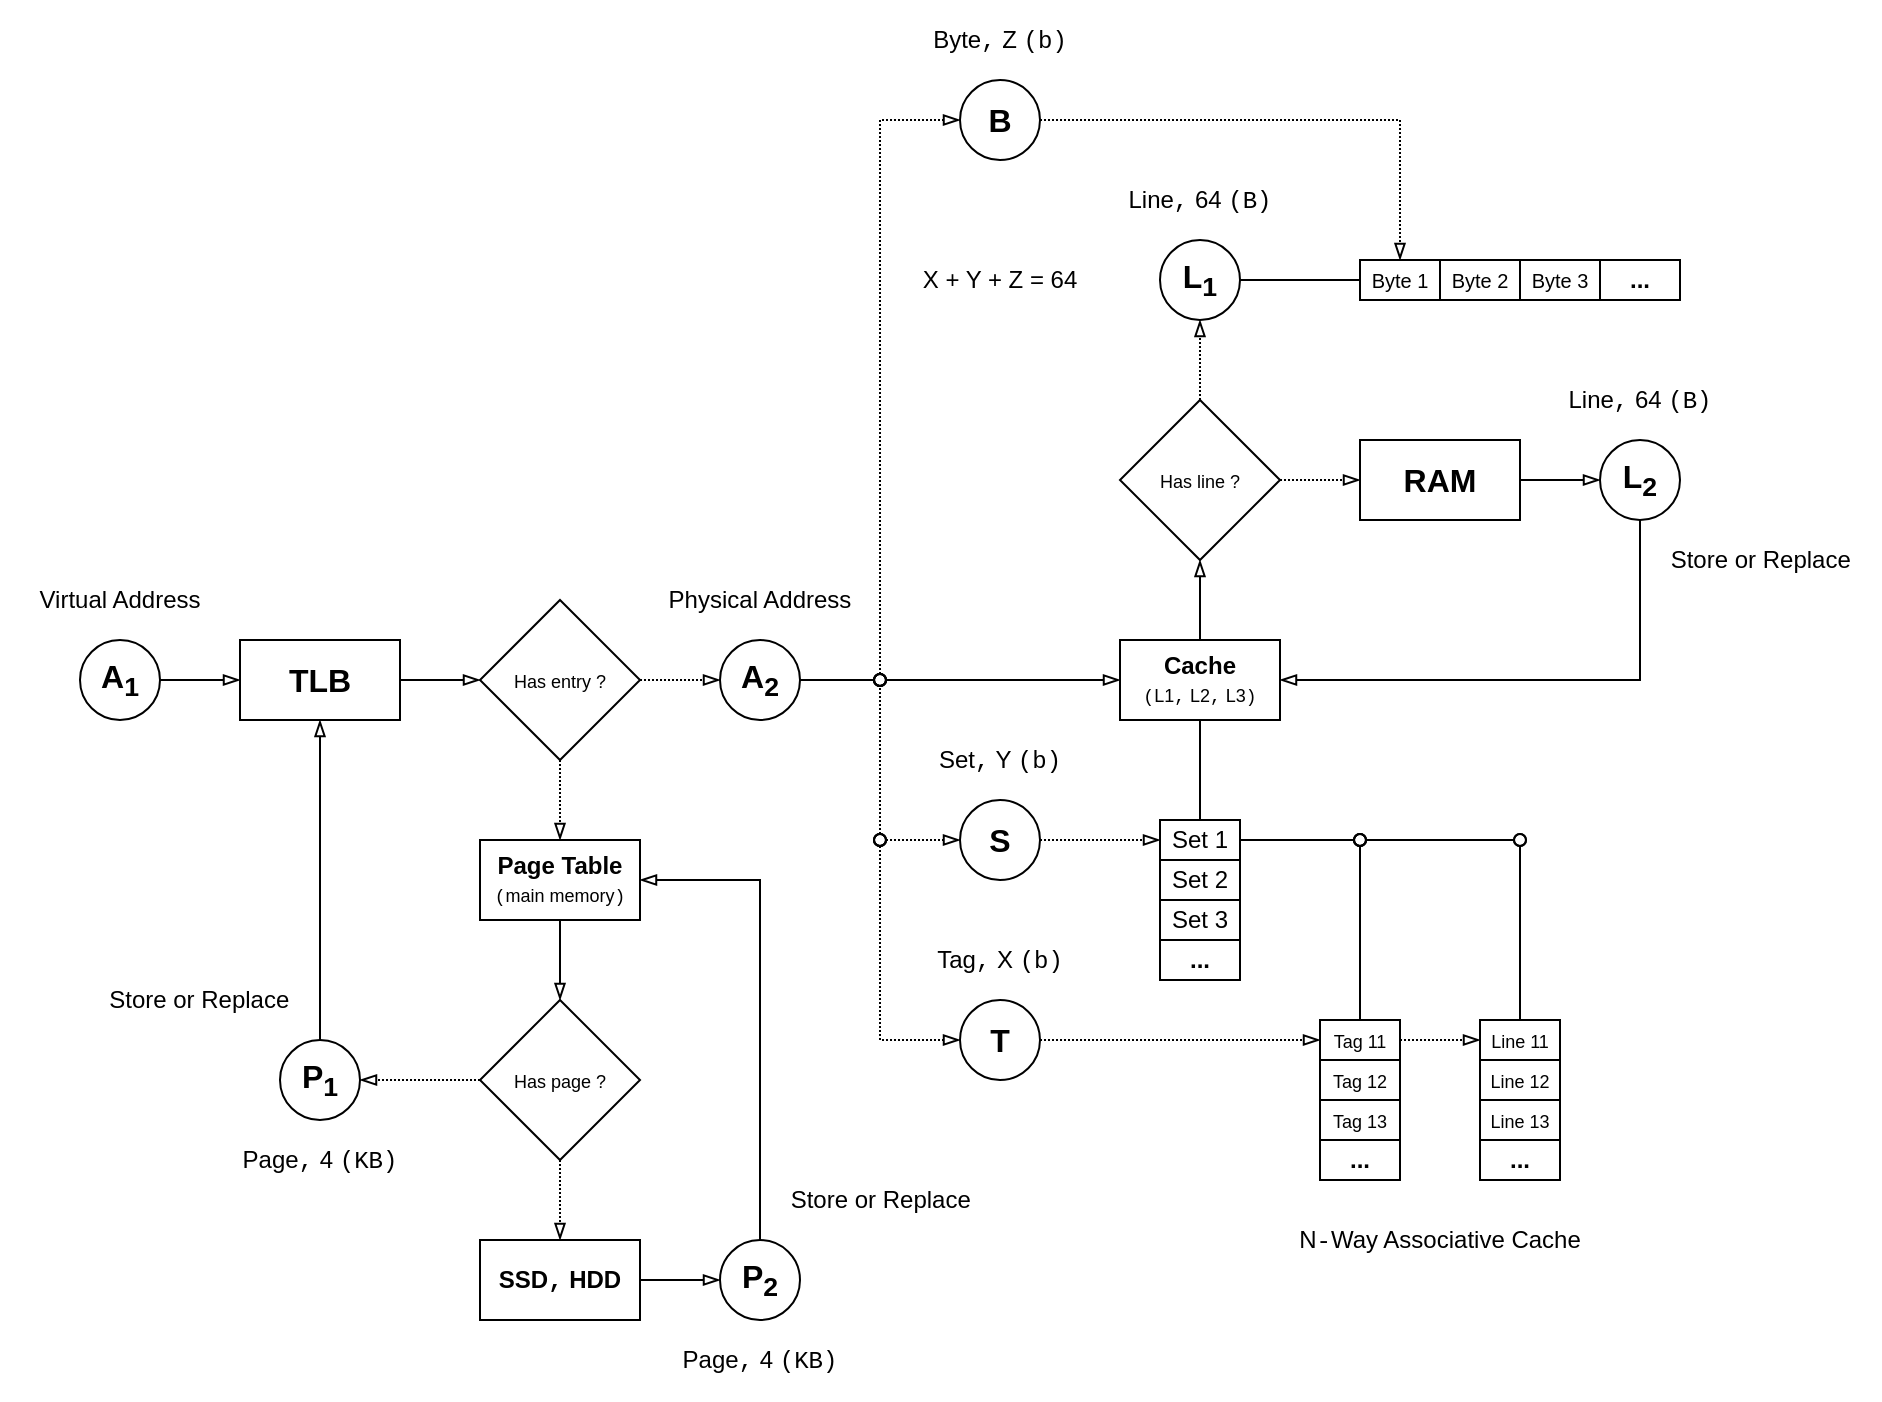
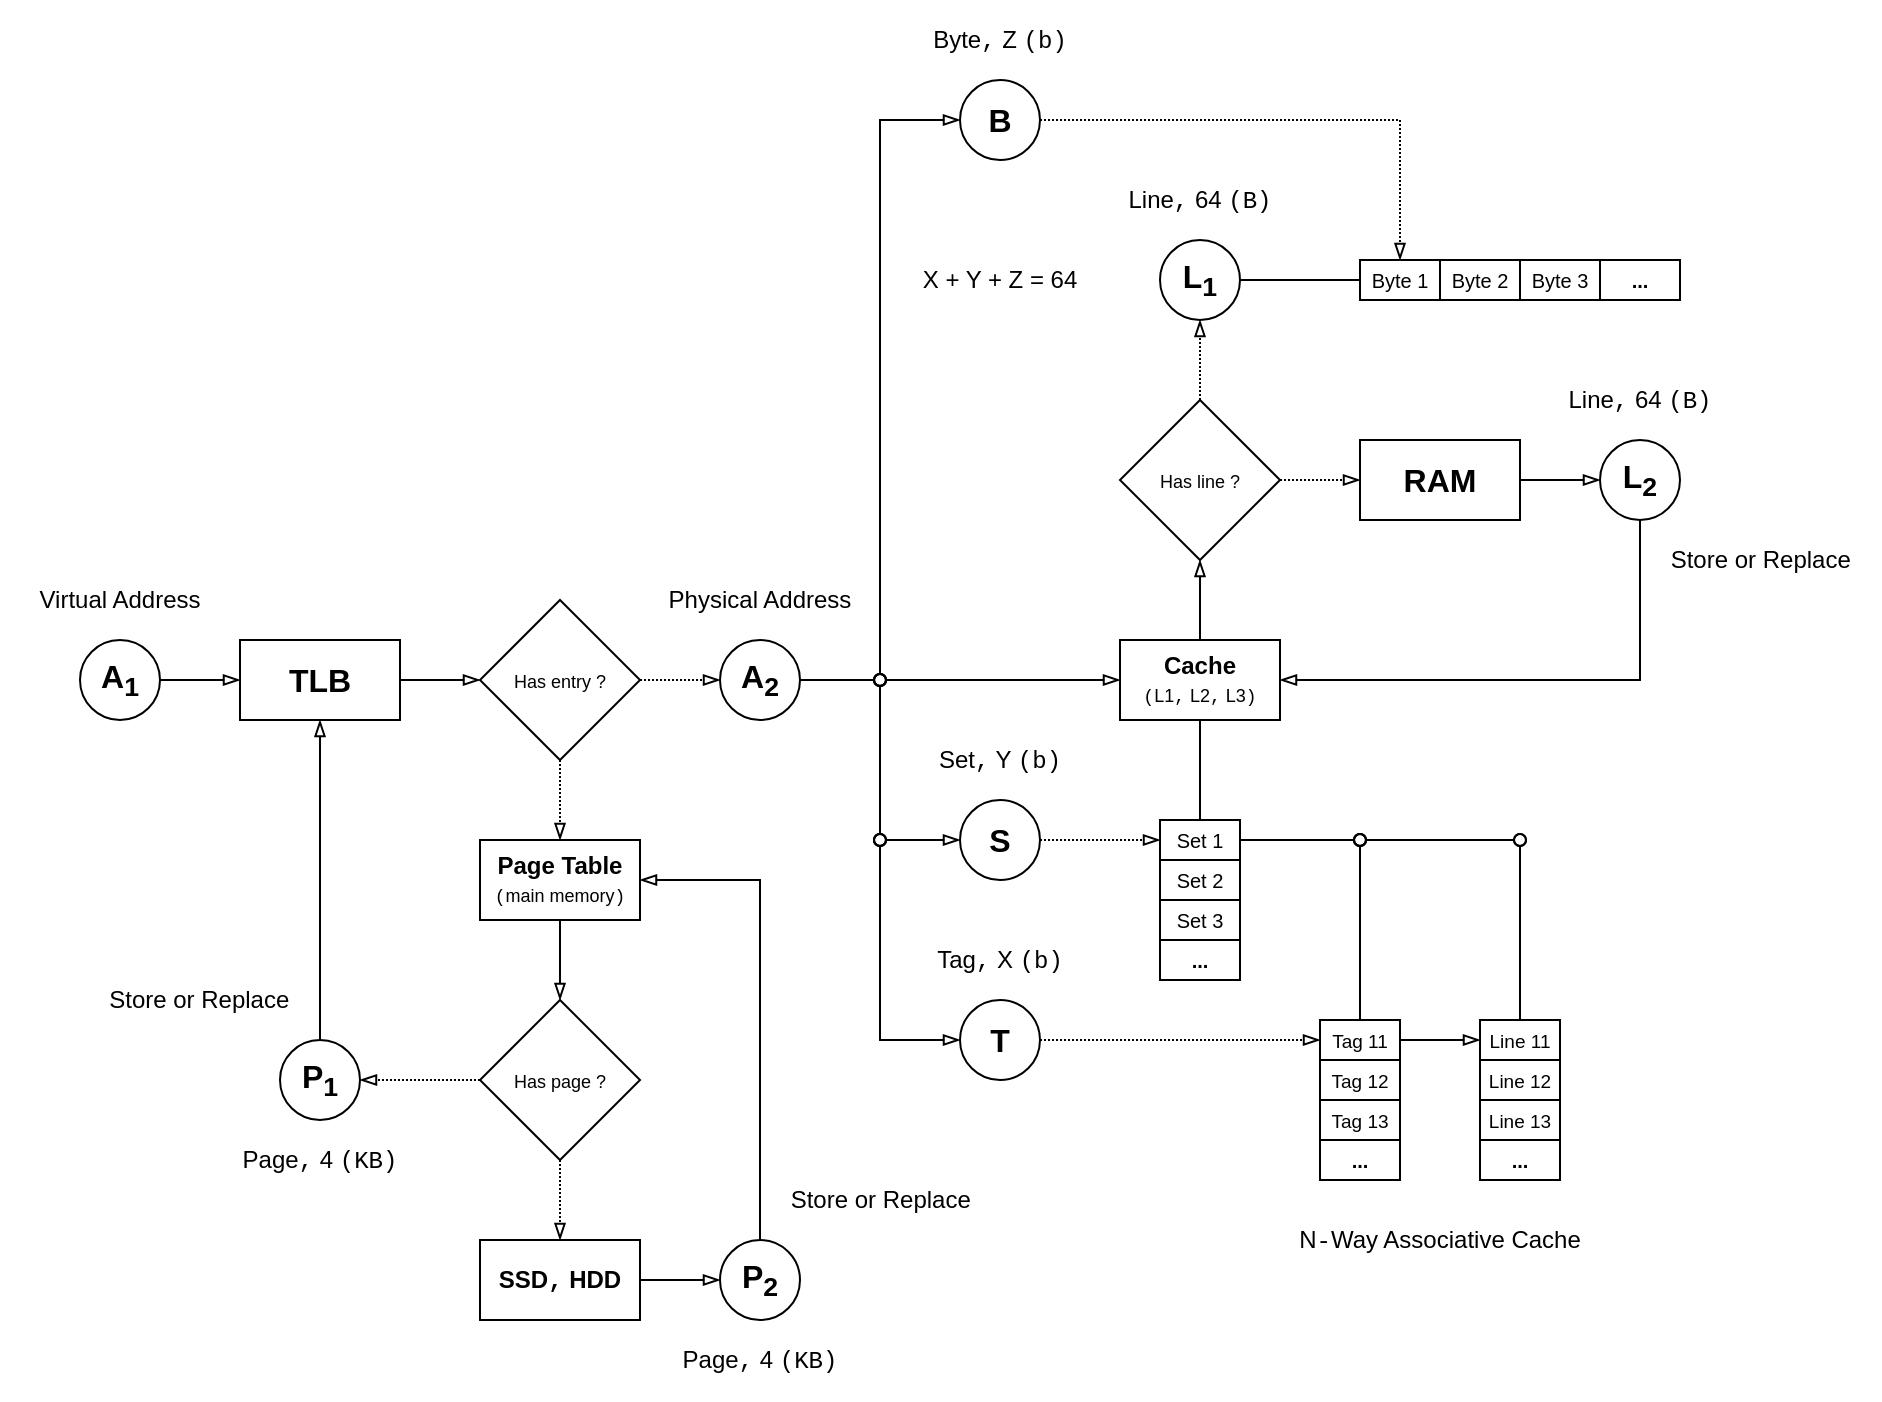
<mxfile host="app.diagrams.net">
  <diagram name="Страница-1" id="B8Qhj6q3f7hZo6BjJ_Te">
-     <mxGraphModel dx="599" dy="806" grid="0" gridSize="10" guides="1" tooltips="1" connect="1" arrows="1" fold="1" page="0" pageScale="1" pageWidth="827" pageHeight="1169" math="0" shadow="0">
+     <mxGraphModel dx="930" dy="947" grid="0" gridSize="10" guides="1" tooltips="1" connect="1" arrows="1" fold="1" page="0" pageScale="1" pageWidth="827" pageHeight="1169" math="0" shadow="0">
      <root>
        <mxCell id="0" />
        <mxCell id="1" parent="0" />
        <mxCell id="63jvutIi8qFR1BYZ5-BJ-1" parent="1" style="ellipse;whiteSpace=wrap;html=1;aspect=fixed;" value="&lt;font style=&quot;font-size: 16px;&quot;&gt;&lt;b&gt;A&lt;sub&gt;1&lt;/sub&gt;&lt;/b&gt;&lt;/font&gt;" vertex="1">
          <mxGeometry height="40" width="40" x="160" y="240" as="geometry" />
        </mxCell>
        <mxCell id="63jvutIi8qFR1BYZ5-BJ-2" parent="1" style="text;html=1;whiteSpace=wrap;strokeColor=none;fillColor=none;align=center;verticalAlign=middle;rounded=0;" value="Virtual Address" vertex="1">
          <mxGeometry height="40" width="120" x="120" y="200" as="geometry" />
        </mxCell>
        <mxCell id="63jvutIi8qFR1BYZ5-BJ-3" parent="1" style="rounded=0;whiteSpace=wrap;html=1;" value="&lt;font style=&quot;font-size: 16px;&quot;&gt;&lt;b&gt;TLB&lt;/b&gt;&lt;/font&gt;" vertex="1">
          <mxGeometry height="40" width="80" x="240" y="240" as="geometry" />
        </mxCell>
        <mxCell id="63jvutIi8qFR1BYZ5-BJ-4" edge="1" parent="1" style="endArrow=blockThin;html=1;rounded=0;endFill=0;entryX=0;entryY=0.5;entryDx=0;entryDy=0;" target="63jvutIi8qFR1BYZ5-BJ-3" value="">
          <mxGeometry height="50" relative="1" width="50" as="geometry">
            <mxPoint x="200" y="260" as="sourcePoint" />
            <mxPoint x="420" y="230" as="targetPoint" />
          </mxGeometry>
        </mxCell>
        <mxCell id="63jvutIi8qFR1BYZ5-BJ-5" parent="1" style="ellipse;whiteSpace=wrap;html=1;aspect=fixed;" value="&lt;font style=&quot;font-size: 16px;&quot;&gt;&lt;b&gt;A&lt;sub&gt;2&lt;/sub&gt;&lt;/b&gt;&lt;/font&gt;" vertex="1">
          <mxGeometry height="40" width="40" x="480" y="240" as="geometry" />
        </mxCell>
        <mxCell id="63jvutIi8qFR1BYZ5-BJ-6" parent="1" style="text;html=1;whiteSpace=wrap;strokeColor=none;fillColor=none;align=center;verticalAlign=middle;rounded=0;" value="Physical Address" vertex="1">
          <mxGeometry height="40" width="120" x="440" y="200" as="geometry" />
        </mxCell>
        <mxCell id="63jvutIi8qFR1BYZ5-BJ-9" parent="1" style="rhombus;whiteSpace=wrap;html=1;" value="&lt;font style=&quot;font-size: 9px;&quot;&gt;Has entry ?&lt;/font&gt;" vertex="1">
          <mxGeometry height="80" width="80" x="360" y="220" as="geometry" />
        </mxCell>
        <mxCell id="63jvutIi8qFR1BYZ5-BJ-10" edge="1" parent="1" source="63jvutIi8qFR1BYZ5-BJ-3" style="endArrow=blockThin;html=1;rounded=0;endFill=0;exitX=1;exitY=0.5;exitDx=0;exitDy=0;entryX=0;entryY=0.5;entryDx=0;entryDy=0;" target="63jvutIi8qFR1BYZ5-BJ-9" value="">
          <mxGeometry height="50" relative="1" width="50" as="geometry">
            <mxPoint x="280" y="310" as="sourcePoint" />
            <mxPoint x="320" y="310" as="targetPoint" />
          </mxGeometry>
        </mxCell>
        <mxCell id="63jvutIi8qFR1BYZ5-BJ-11" edge="1" parent="1" source="63jvutIi8qFR1BYZ5-BJ-9" style="endArrow=blockThin;html=1;rounded=0;endFill=0;exitX=1;exitY=0.5;exitDx=0;exitDy=0;dashed=1;dashPattern=1 1;entryX=0;entryY=0.5;entryDx=0;entryDy=0;" target="63jvutIi8qFR1BYZ5-BJ-5" value="">
          <mxGeometry height="50" relative="1" width="50" as="geometry">
            <mxPoint x="380" y="350" as="sourcePoint" />
            <mxPoint x="560" y="260" as="targetPoint" />
          </mxGeometry>
        </mxCell>
        <mxCell id="63jvutIi8qFR1BYZ5-BJ-13" edge="1" parent="1" source="63jvutIi8qFR1BYZ5-BJ-9" style="endArrow=blockThin;html=1;rounded=0;endFill=0;exitX=0.5;exitY=1;exitDx=0;exitDy=0;entryX=0.5;entryY=0;entryDx=0;entryDy=0;dashed=1;dashPattern=1 1;" value="">
          <mxGeometry height="50" relative="1" width="50" as="geometry">
            <mxPoint x="500" y="350" as="sourcePoint" />
            <mxPoint x="400" y="340" as="targetPoint" />
          </mxGeometry>
        </mxCell>
        <mxCell id="63jvutIi8qFR1BYZ5-BJ-16" parent="1" style="rounded=0;whiteSpace=wrap;html=1;" value="&lt;font&gt;&lt;b style=&quot;&quot;&gt;Page Table&lt;/b&gt;&lt;/font&gt;&lt;div&gt;&lt;font style=&quot;font-size: 9px;&quot;&gt;&lt;font face=&quot;Courier New&quot;&gt;(&lt;/font&gt;main memory&lt;font face=&quot;Courier New&quot;&gt;)&lt;/font&gt;&lt;/font&gt;&lt;/div&gt;" vertex="1">
          <mxGeometry height="40" width="80" x="360" y="340" as="geometry" />
        </mxCell>
        <mxCell id="63jvutIi8qFR1BYZ5-BJ-18" parent="1" style="rhombus;whiteSpace=wrap;html=1;" value="&lt;font style=&quot;font-size: 9px;&quot;&gt;Has page ?&lt;/font&gt;" vertex="1">
          <mxGeometry height="80" width="80" x="360" y="420" as="geometry" />
        </mxCell>
        <mxCell id="63jvutIi8qFR1BYZ5-BJ-19" edge="1" parent="1" source="63jvutIi8qFR1BYZ5-BJ-16" style="endArrow=blockThin;html=1;rounded=0;endFill=0;exitX=0.5;exitY=1;exitDx=0;exitDy=0;entryX=0.5;entryY=0;entryDx=0;entryDy=0;" target="63jvutIi8qFR1BYZ5-BJ-18" value="">
          <mxGeometry height="50" relative="1" width="50" as="geometry">
            <mxPoint x="540" y="440" as="sourcePoint" />
            <mxPoint x="580" y="440" as="targetPoint" />
          </mxGeometry>
        </mxCell>
        <mxCell id="63jvutIi8qFR1BYZ5-BJ-22" parent="1" style="rounded=0;whiteSpace=wrap;html=1;" value="&lt;b&gt;SSD&lt;font face=&quot;Courier New&quot;&gt;,&lt;/font&gt; HDD&lt;/b&gt;" vertex="1">
          <mxGeometry height="40" width="80" x="360" y="540" as="geometry" />
        </mxCell>
        <mxCell id="63jvutIi8qFR1BYZ5-BJ-23" edge="1" parent="1" source="63jvutIi8qFR1BYZ5-BJ-18" style="endArrow=blockThin;html=1;rounded=0;endFill=0;exitX=0.5;exitY=1;exitDx=0;exitDy=0;entryX=0.5;entryY=0;entryDx=0;entryDy=0;dashed=1;dashPattern=1 1;" target="63jvutIi8qFR1BYZ5-BJ-22" value="">
          <mxGeometry height="50" relative="1" width="50" as="geometry">
            <mxPoint x="500" y="400" as="sourcePoint" />
            <mxPoint x="540" y="400" as="targetPoint" />
          </mxGeometry>
        </mxCell>
        <mxCell id="63jvutIi8qFR1BYZ5-BJ-28" parent="1" style="text;html=1;whiteSpace=wrap;strokeColor=none;fillColor=none;align=left;verticalAlign=middle;rounded=0;" value="&amp;nbsp; &amp;nbsp; Store or Replace" vertex="1">
          <mxGeometry height="40" width="120" x="500" y="500" as="geometry" />
        </mxCell>
        <mxCell id="63jvutIi8qFR1BYZ5-BJ-32" parent="1" style="rounded=0;whiteSpace=wrap;html=1;" value="&lt;font&gt;&lt;b style=&quot;&quot;&gt;Cache&lt;/b&gt;&lt;/font&gt;&lt;div&gt;&lt;font style=&quot;font-size: 9px;&quot;&gt;&lt;font face=&quot;Courier New&quot;&gt;(&lt;/font&gt;L1&lt;font face=&quot;Courier New&quot;&gt;,&lt;/font&gt; L2&lt;font face=&quot;Courier New&quot;&gt;,&lt;/font&gt; L3&lt;font face=&quot;Courier New&quot;&gt;)&lt;/font&gt;&lt;/font&gt;&lt;/div&gt;" vertex="1">
          <mxGeometry height="40" width="80" x="680" y="240" as="geometry" />
        </mxCell>
        <mxCell id="63jvutIi8qFR1BYZ5-BJ-35" parent="1" style="rounded=0;whiteSpace=wrap;html=1;" value="&lt;font style=&quot;font-size: 16px;&quot;&gt;&lt;b style=&quot;&quot;&gt;RAM&lt;/b&gt;&lt;/font&gt;" vertex="1">
          <mxGeometry height="40" width="80" x="800" y="140" as="geometry" />
        </mxCell>
-         <mxCell id="63jvutIi8qFR1BYZ5-BJ-53" parent="1" style="rounded=0;whiteSpace=wrap;html=1;fontSize=12;fontStyle=0" value="&lt;span&gt;&lt;font&gt;Set 1&lt;/font&gt;&lt;/span&gt;" vertex="1">
+         <mxCell id="63jvutIi8qFR1BYZ5-BJ-53" parent="1" style="rounded=0;whiteSpace=wrap;html=1;fontSize=12;fontStyle=0" value="&lt;span&gt;&lt;font style=&quot;font-size: 10px;&quot;&gt;Set 1&lt;/font&gt;&lt;/span&gt;" vertex="1">
          <mxGeometry height="20" width="40" x="700" y="330" as="geometry" />
        </mxCell>
        <mxCell id="63jvutIi8qFR1BYZ5-BJ-63" parent="1" style="rhombus;whiteSpace=wrap;html=1;" value="&lt;font style=&quot;font-size: 9px;&quot;&gt;Has line ?&lt;/font&gt;" vertex="1">
          <mxGeometry height="80" width="80" x="680" y="120" as="geometry" />
        </mxCell>
-         <mxCell id="63jvutIi8qFR1BYZ5-BJ-69" parent="1" style="rounded=0;whiteSpace=wrap;html=1;" value="&lt;b&gt;...&lt;/b&gt;" vertex="1">
+         <mxCell id="63jvutIi8qFR1BYZ5-BJ-69" parent="1" style="rounded=0;whiteSpace=wrap;html=1;" value="&lt;b&gt;&lt;font style=&quot;font-size: 10px;&quot;&gt;...&lt;/font&gt;&lt;/b&gt;" vertex="1">
          <mxGeometry height="20" width="40" x="780" y="490" as="geometry" />
        </mxCell>
        <mxCell id="63jvutIi8qFR1BYZ5-BJ-70" parent="1" style="ellipse;whiteSpace=wrap;html=1;aspect=fixed;" value="&lt;span style=&quot;font-size: 16px;&quot;&gt;&lt;b&gt;L&lt;sub&gt;1&lt;/sub&gt;&lt;/b&gt;&lt;/span&gt;" vertex="1">
          <mxGeometry height="40" width="40" x="700" y="40" as="geometry" />
        </mxCell>
        <mxCell id="63jvutIi8qFR1BYZ5-BJ-71" edge="1" parent="1" source="63jvutIi8qFR1BYZ5-BJ-63" style="endArrow=blockThin;html=1;rounded=0;endFill=0;exitX=0.5;exitY=0;exitDx=0;exitDy=0;entryX=0.5;entryY=1;entryDx=0;entryDy=0;dashed=1;dashPattern=1 1;" target="63jvutIi8qFR1BYZ5-BJ-70" value="">
          <mxGeometry height="50" relative="1" width="50" as="geometry">
            <mxPoint x="960" y="110" as="sourcePoint" />
            <mxPoint x="960" y="150" as="targetPoint" />
          </mxGeometry>
        </mxCell>
        <mxCell id="63jvutIi8qFR1BYZ5-BJ-74" edge="1" parent="1" source="63jvutIi8qFR1BYZ5-BJ-63" style="endArrow=blockThin;html=1;rounded=0;endFill=0;exitX=1;exitY=0.5;exitDx=0;exitDy=0;dashed=1;dashPattern=1 1;" value="">
          <mxGeometry height="50" relative="1" width="50" as="geometry">
            <Array as="points">
              <mxPoint x="800" y="160" />
            </Array>
            <mxPoint x="1000" y="170" as="sourcePoint" />
            <mxPoint x="800" y="160" as="targetPoint" />
          </mxGeometry>
        </mxCell>
        <mxCell id="63jvutIi8qFR1BYZ5-BJ-81" edge="1" parent="1" style="endArrow=blockThin;html=1;rounded=0;endFill=0;entryX=0;entryY=0.5;entryDx=0;entryDy=0;startArrow=oval;startFill=0;" target="63jvutIi8qFR1BYZ5-BJ-32" value="">
          <mxGeometry height="50" relative="1" width="50" as="geometry">
            <mxPoint x="560" y="260" as="sourcePoint" />
            <mxPoint x="670" y="250" as="targetPoint" />
          </mxGeometry>
        </mxCell>
        <mxCell id="63jvutIi8qFR1BYZ5-BJ-82" edge="1" parent="1" source="63jvutIi8qFR1BYZ5-BJ-32" style="endArrow=none;html=1;rounded=0;endFill=0;exitX=0.5;exitY=1;exitDx=0;exitDy=0;entryX=0.5;entryY=0;entryDx=0;entryDy=0;" target="63jvutIi8qFR1BYZ5-BJ-53" value="">
          <mxGeometry height="50" relative="1" width="50" as="geometry">
            <mxPoint x="720" y="290" as="sourcePoint" />
            <mxPoint x="630" y="310" as="targetPoint" />
          </mxGeometry>
        </mxCell>
        <mxCell id="63jvutIi8qFR1BYZ5-BJ-101" edge="1" parent="1" source="63jvutIi8qFR1BYZ5-BJ-32" style="endArrow=blockThin;html=1;rounded=0;endFill=0;exitX=0.5;exitY=0;exitDx=0;exitDy=0;entryX=0.5;entryY=1;entryDx=0;entryDy=0;" target="63jvutIi8qFR1BYZ5-BJ-63" value="">
          <mxGeometry height="50" relative="1" width="50" as="geometry">
            <mxPoint x="740" y="200" as="sourcePoint" />
            <mxPoint x="780" y="200" as="targetPoint" />
          </mxGeometry>
        </mxCell>
        <mxCell id="drgHLi9JNtMnpqK6Gpl3-1" parent="1" style="ellipse;whiteSpace=wrap;html=1;aspect=fixed;" value="&lt;span style=&quot;font-size: 16px;&quot;&gt;&lt;b&gt;T&lt;/b&gt;&lt;/span&gt;" vertex="1">
          <mxGeometry height="40" width="40" x="600" y="420" as="geometry" />
        </mxCell>
        <mxCell id="drgHLi9JNtMnpqK6Gpl3-2" parent="1" style="ellipse;whiteSpace=wrap;html=1;aspect=fixed;" value="&lt;b style=&quot;&quot;&gt;&lt;font style=&quot;font-size: 16px;&quot;&gt;S&lt;/font&gt;&lt;/b&gt;" vertex="1">
          <mxGeometry height="40" width="40" x="600" y="320" as="geometry" />
        </mxCell>
        <mxCell id="drgHLi9JNtMnpqK6Gpl3-3" parent="1" style="ellipse;whiteSpace=wrap;html=1;aspect=fixed;" value="&lt;span style=&quot;font-size: 16px;&quot;&gt;&lt;b&gt;B&lt;/b&gt;&lt;/span&gt;" vertex="1">
          <mxGeometry height="40" width="40" x="600" y="-40" as="geometry" />
        </mxCell>
-         <mxCell id="drgHLi9JNtMnpqK6Gpl3-8" edge="1" parent="1" style="endArrow=blockThin;html=1;rounded=0;endFill=0;entryX=0;entryY=0.5;entryDx=0;entryDy=0;startArrow=oval;startFill=0;dashed=1;dashPattern=1 1;" target="drgHLi9JNtMnpqK6Gpl3-2" value="">
+         <mxCell id="drgHLi9JNtMnpqK6Gpl3-8" edge="1" parent="1" style="endArrow=blockThin;html=1;rounded=0;endFill=0;entryX=0;entryY=0.5;entryDx=0;entryDy=0;startArrow=oval;startFill=0;" target="drgHLi9JNtMnpqK6Gpl3-2" value="">
          <mxGeometry height="50" relative="1" width="50" as="geometry">
            <Array as="points">
              <mxPoint x="560" y="340" />
            </Array>
            <mxPoint x="560" y="340" as="sourcePoint" />
            <mxPoint x="680" y="290" as="targetPoint" />
          </mxGeometry>
        </mxCell>
        <mxCell id="drgHLi9JNtMnpqK6Gpl3-9" edge="1" parent="1" source="drgHLi9JNtMnpqK6Gpl3-2" style="endArrow=blockThin;html=1;rounded=0;endFill=0;exitX=1;exitY=0.5;exitDx=0;exitDy=0;entryX=0;entryY=0.5;entryDx=0;entryDy=0;dashed=1;dashPattern=1 1;" target="63jvutIi8qFR1BYZ5-BJ-53" value="">
          <mxGeometry height="50" relative="1" width="50" as="geometry">
            <Array as="points">
              <mxPoint x="690" y="340" />
            </Array>
            <mxPoint x="600" y="350" as="sourcePoint" />
            <mxPoint x="680" y="350" as="targetPoint" />
          </mxGeometry>
        </mxCell>
-         <mxCell id="drgHLi9JNtMnpqK6Gpl3-10" edge="1" parent="1" style="endArrow=blockThin;html=1;rounded=0;endFill=0;entryX=0;entryY=0.5;entryDx=0;entryDy=0;startArrow=oval;startFill=0;dashed=1;dashPattern=1 1;" target="drgHLi9JNtMnpqK6Gpl3-1" value="">
+         <mxCell id="drgHLi9JNtMnpqK6Gpl3-10" edge="1" parent="1" style="endArrow=blockThin;html=1;rounded=0;endFill=0;entryX=0;entryY=0.5;entryDx=0;entryDy=0;startArrow=oval;startFill=0;" target="drgHLi9JNtMnpqK6Gpl3-1" value="">
          <mxGeometry height="50" relative="1" width="50" as="geometry">
            <Array as="points">
              <mxPoint x="560" y="440" />
            </Array>
            <mxPoint x="560" y="340" as="sourcePoint" />
            <mxPoint x="640" y="440" as="targetPoint" />
          </mxGeometry>
        </mxCell>
        <mxCell id="drgHLi9JNtMnpqK6Gpl3-11" parent="1" style="text;html=1;whiteSpace=wrap;strokeColor=none;fillColor=none;align=center;verticalAlign=middle;rounded=0;" value="Set&lt;font face=&quot;Courier New&quot;&gt;,&lt;/font&gt; Y &lt;font face=&quot;Courier New&quot;&gt;(b)&lt;/font&gt;" vertex="1">
          <mxGeometry height="40" width="80" x="580" y="280" as="geometry" />
        </mxCell>
        <mxCell id="drgHLi9JNtMnpqK6Gpl3-12" parent="1" style="text;html=1;whiteSpace=wrap;strokeColor=none;fillColor=none;align=center;verticalAlign=middle;rounded=0;" value="Tag&lt;font face=&quot;Courier New&quot;&gt;,&lt;/font&gt; X &lt;font face=&quot;Courier New&quot;&gt;(b)&lt;/font&gt;" vertex="1">
          <mxGeometry height="40" width="80" x="580" y="380" as="geometry" />
        </mxCell>
        <mxCell id="drgHLi9JNtMnpqK6Gpl3-14" parent="1" style="text;html=1;whiteSpace=wrap;strokeColor=none;fillColor=none;align=center;verticalAlign=middle;rounded=0;" value="X + Y + Z = 64" vertex="1">
          <mxGeometry height="40" width="120" x="560" y="40" as="geometry" />
        </mxCell>
-         <mxCell id="drgHLi9JNtMnpqK6Gpl3-15" edge="1" parent="1" style="endArrow=blockThin;html=1;rounded=0;endFill=0;entryX=0;entryY=0.5;entryDx=0;entryDy=0;startArrow=oval;startFill=0;dashed=1;dashPattern=1 1;" target="drgHLi9JNtMnpqK6Gpl3-3" value="">
+         <mxCell id="drgHLi9JNtMnpqK6Gpl3-15" edge="1" parent="1" style="endArrow=blockThin;html=1;rounded=0;endFill=0;entryX=0;entryY=0.5;entryDx=0;entryDy=0;startArrow=oval;startFill=0;" target="drgHLi9JNtMnpqK6Gpl3-3" value="">
          <mxGeometry height="50" relative="1" width="50" as="geometry">
            <Array as="points">
              <mxPoint x="560" y="-20" />
            </Array>
            <mxPoint x="560" y="260" as="sourcePoint" />
            <mxPoint x="670" y="180" as="targetPoint" />
          </mxGeometry>
        </mxCell>
        <mxCell id="drgHLi9JNtMnpqK6Gpl3-16" parent="1" style="text;html=1;whiteSpace=wrap;strokeColor=none;fillColor=none;align=center;verticalAlign=middle;rounded=0;" value="Byte&lt;font face=&quot;Courier New&quot;&gt;,&lt;/font&gt; Z &lt;font face=&quot;Courier New&quot;&gt;(b)&lt;/font&gt;" vertex="1">
          <mxGeometry height="40" width="80" x="580" y="-80" as="geometry" />
        </mxCell>
        <mxCell id="7hZ9jt6Hs7Z--5MCY0p_-1" parent="1" style="rounded=0;whiteSpace=wrap;html=1;" value="&lt;font style=&quot;font-size: 10px;&quot;&gt;Byte 1&lt;/font&gt;" vertex="1">
          <mxGeometry height="20" width="40" x="800" y="50" as="geometry" />
        </mxCell>
        <mxCell id="7hZ9jt6Hs7Z--5MCY0p_-2" parent="1" style="rounded=0;whiteSpace=wrap;html=1;" value="&lt;font style=&quot;font-size: 10px;&quot;&gt;Byte 2&lt;/font&gt;" vertex="1">
          <mxGeometry height="20" width="40" x="840" y="50" as="geometry" />
        </mxCell>
        <mxCell id="7hZ9jt6Hs7Z--5MCY0p_-3" parent="1" style="rounded=0;whiteSpace=wrap;html=1;" value="&lt;font style=&quot;font-size: 10px;&quot;&gt;Byte 3&lt;/font&gt;" vertex="1">
          <mxGeometry height="20" width="40" x="880" y="50" as="geometry" />
        </mxCell>
-         <mxCell id="7hZ9jt6Hs7Z--5MCY0p_-4" parent="1" style="rounded=0;whiteSpace=wrap;html=1;" value="&lt;b&gt;...&lt;/b&gt;" vertex="1">
+         <mxCell id="7hZ9jt6Hs7Z--5MCY0p_-4" parent="1" style="rounded=0;whiteSpace=wrap;html=1;" value="&lt;b&gt;&lt;font style=&quot;font-size: 10px;&quot;&gt;...&lt;/font&gt;&lt;/b&gt;" vertex="1">
          <mxGeometry height="20" width="40" x="920" y="50" as="geometry" />
        </mxCell>
        <mxCell id="7hZ9jt6Hs7Z--5MCY0p_-5" edge="1" parent="1" source="63jvutIi8qFR1BYZ5-BJ-70" style="endArrow=none;html=1;rounded=0;endFill=0;exitX=1;exitY=0.5;exitDx=0;exitDy=0;entryX=0;entryY=0.5;entryDx=0;entryDy=0;" target="7hZ9jt6Hs7Z--5MCY0p_-1" value="">
          <mxGeometry height="50" relative="1" width="50" as="geometry">
            <mxPoint x="760" as="sourcePoint" />
            <mxPoint x="800" as="targetPoint" />
          </mxGeometry>
        </mxCell>
        <mxCell id="7hZ9jt6Hs7Z--5MCY0p_-6" edge="1" parent="1" source="drgHLi9JNtMnpqK6Gpl3-3" style="endArrow=blockThin;html=1;rounded=0;endFill=0;exitX=1;exitY=0.5;exitDx=0;exitDy=0;entryX=0.5;entryY=0;entryDx=0;entryDy=0;dashed=1;dashPattern=1 1;" target="7hZ9jt6Hs7Z--5MCY0p_-1" value="">
          <mxGeometry height="50" relative="1" width="50" as="geometry">
            <Array as="points">
              <mxPoint x="820" y="-20" />
            </Array>
            <mxPoint x="760" y="50" as="sourcePoint" />
            <mxPoint x="960" y="-60" as="targetPoint" />
          </mxGeometry>
        </mxCell>
        <mxCell id="7hZ9jt6Hs7Z--5MCY0p_-9" edge="1" parent="1" source="63jvutIi8qFR1BYZ5-BJ-35" style="endArrow=blockThin;html=1;rounded=0;endFill=0;exitX=1;exitY=0.5;exitDx=0;exitDy=0;" value="">
          <mxGeometry height="50" relative="1" width="50" as="geometry">
            <mxPoint x="890" y="240" as="sourcePoint" />
            <mxPoint x="920" y="160" as="targetPoint" />
          </mxGeometry>
        </mxCell>
        <mxCell id="7hZ9jt6Hs7Z--5MCY0p_-10" parent="1" style="text;html=1;whiteSpace=wrap;strokeColor=none;fillColor=none;align=center;verticalAlign=middle;rounded=0;" value="Line&lt;font face=&quot;Courier New&quot;&gt;,&lt;/font&gt; 64 &lt;font face=&quot;Courier New&quot;&gt;(B)&lt;/font&gt;" vertex="1">
          <mxGeometry height="40" width="80" x="680" as="geometry" />
        </mxCell>
        <mxCell id="7hZ9jt6Hs7Z--5MCY0p_-13" parent="1" style="ellipse;whiteSpace=wrap;html=1;aspect=fixed;" value="&lt;span style=&quot;font-size: 16px;&quot;&gt;&lt;b&gt;L&lt;sub&gt;2&lt;/sub&gt;&lt;/b&gt;&lt;/span&gt;" vertex="1">
          <mxGeometry height="40" width="40" x="920" y="140" as="geometry" />
        </mxCell>
        <mxCell id="7hZ9jt6Hs7Z--5MCY0p_-15" parent="1" style="text;html=1;whiteSpace=wrap;strokeColor=none;fillColor=none;align=center;verticalAlign=middle;rounded=0;" value="Line&lt;font face=&quot;Courier New&quot;&gt;,&lt;/font&gt; 64 &lt;font face=&quot;Courier New&quot;&gt;(B)&lt;/font&gt;" vertex="1">
          <mxGeometry height="40" width="80" x="900" y="100" as="geometry" />
        </mxCell>
-         <mxCell id="7hZ9jt6Hs7Z--5MCY0p_-17" parent="1" style="rounded=0;whiteSpace=wrap;html=1;" value="&lt;font style=&quot;font-size: 9px;&quot;&gt;Tag 11&lt;/font&gt;" vertex="1">
+         <mxCell id="7hZ9jt6Hs7Z--5MCY0p_-17" parent="1" style="rounded=0;whiteSpace=wrap;html=1;" value="&lt;font style=&quot;font-size: 9.5px;&quot;&gt;Tag 11&lt;/font&gt;" vertex="1">
          <mxGeometry height="20" width="40" x="780" y="430" as="geometry" />
        </mxCell>
-         <mxCell id="7hZ9jt6Hs7Z--5MCY0p_-18" parent="1" style="rounded=0;whiteSpace=wrap;html=1;" value="&lt;font style=&quot;font-size: 9px;&quot;&gt;Line 11&lt;/font&gt;" vertex="1">
+         <mxCell id="7hZ9jt6Hs7Z--5MCY0p_-18" parent="1" style="rounded=0;whiteSpace=wrap;html=1;" value="&lt;font style=&quot;font-size: 9.5px;&quot;&gt;Line 11&lt;/font&gt;" vertex="1">
          <mxGeometry height="20" width="40" x="860" y="430" as="geometry" />
        </mxCell>
-         <mxCell id="7hZ9jt6Hs7Z--5MCY0p_-23" parent="1" style="rounded=0;whiteSpace=wrap;html=1;" value="&lt;b&gt;...&lt;/b&gt;" vertex="1">
+         <mxCell id="7hZ9jt6Hs7Z--5MCY0p_-23" parent="1" style="rounded=0;whiteSpace=wrap;html=1;" value="&lt;b&gt;&lt;font style=&quot;font-size: 10px;&quot;&gt;...&lt;/font&gt;&lt;/b&gt;" vertex="1">
          <mxGeometry height="20" width="40" x="860" y="490" as="geometry" />
        </mxCell>
        <mxCell id="7hZ9jt6Hs7Z--5MCY0p_-26" parent="1" style="text;html=1;whiteSpace=wrap;strokeColor=none;fillColor=none;align=center;verticalAlign=middle;rounded=0;" value="N&lt;font face=&quot;Courier New&quot;&gt;-&lt;/font&gt;Way Associative Cache" vertex="1">
          <mxGeometry height="40" width="160" x="760" y="520" as="geometry" />
        </mxCell>
-         <mxCell id="7hZ9jt6Hs7Z--5MCY0p_-32" parent="1" style="rounded=0;whiteSpace=wrap;html=1;fontSize=12;fontStyle=0" value="&lt;span&gt;&lt;font&gt;&lt;b&gt;...&lt;/b&gt;&lt;/font&gt;&lt;/span&gt;" vertex="1">
+         <mxCell id="7hZ9jt6Hs7Z--5MCY0p_-32" parent="1" style="rounded=0;whiteSpace=wrap;html=1;fontSize=12;fontStyle=0" value="&lt;span&gt;&lt;font style=&quot;font-size: 10px;&quot;&gt;&lt;b style=&quot;&quot;&gt;...&lt;/b&gt;&lt;/font&gt;&lt;/span&gt;" vertex="1">
          <mxGeometry height="20" width="40" x="700" y="390" as="geometry" />
        </mxCell>
-         <mxCell id="7hZ9jt6Hs7Z--5MCY0p_-33" parent="1" style="rounded=0;whiteSpace=wrap;html=1;fontSize=12;fontStyle=0" value="Set 2" vertex="1">
+         <mxCell id="7hZ9jt6Hs7Z--5MCY0p_-33" parent="1" style="rounded=0;whiteSpace=wrap;html=1;fontSize=12;fontStyle=0" value="&lt;font style=&quot;font-size: 10px;&quot;&gt;Set 2&lt;/font&gt;" vertex="1">
          <mxGeometry height="20" width="40" x="700" y="350" as="geometry" />
        </mxCell>
-         <mxCell id="7hZ9jt6Hs7Z--5MCY0p_-34" parent="1" style="rounded=0;whiteSpace=wrap;html=1;fontSize=12;fontStyle=0" value="&lt;span&gt;&lt;font&gt;Set 3&lt;/font&gt;&lt;/span&gt;" vertex="1">
+         <mxCell id="7hZ9jt6Hs7Z--5MCY0p_-34" parent="1" style="rounded=0;whiteSpace=wrap;html=1;fontSize=12;fontStyle=0" value="&lt;span&gt;&lt;font style=&quot;font-size: 10px;&quot;&gt;Set 3&lt;/font&gt;&lt;/span&gt;" vertex="1">
          <mxGeometry height="20" width="40" x="700" y="370" as="geometry" />
        </mxCell>
-         <mxCell id="r7k_RVH4Rc0Z1lISBx_d-6" parent="1" style="rounded=0;whiteSpace=wrap;html=1;" value="&lt;font style=&quot;font-size: 9px;&quot;&gt;Tag 12&lt;/font&gt;" vertex="1">
+         <mxCell id="r7k_RVH4Rc0Z1lISBx_d-6" parent="1" style="rounded=0;whiteSpace=wrap;html=1;" value="&lt;font style=&quot;font-size: 9.5px;&quot;&gt;Tag 12&lt;/font&gt;" vertex="1">
          <mxGeometry height="20" width="40" x="780" y="450" as="geometry" />
        </mxCell>
-         <mxCell id="r7k_RVH4Rc0Z1lISBx_d-7" parent="1" style="rounded=0;whiteSpace=wrap;html=1;" value="&lt;font style=&quot;font-size: 9px;&quot;&gt;Line 12&lt;/font&gt;" vertex="1">
+         <mxCell id="r7k_RVH4Rc0Z1lISBx_d-7" parent="1" style="rounded=0;whiteSpace=wrap;html=1;" value="&lt;font style=&quot;font-size: 9.5px;&quot;&gt;Line 12&lt;/font&gt;" vertex="1">
          <mxGeometry height="20" width="40" x="860" y="450" as="geometry" />
        </mxCell>
-         <mxCell id="r7k_RVH4Rc0Z1lISBx_d-8" parent="1" style="rounded=0;whiteSpace=wrap;html=1;" value="&lt;font style=&quot;font-size: 9px;&quot;&gt;Tag 13&lt;/font&gt;" vertex="1">
+         <mxCell id="r7k_RVH4Rc0Z1lISBx_d-8" parent="1" style="rounded=0;whiteSpace=wrap;html=1;" value="&lt;font style=&quot;font-size: 9.5px;&quot;&gt;Tag 13&lt;/font&gt;" vertex="1">
          <mxGeometry height="20" width="40" x="780" y="470" as="geometry" />
        </mxCell>
-         <mxCell id="r7k_RVH4Rc0Z1lISBx_d-9" parent="1" style="rounded=0;whiteSpace=wrap;html=1;" value="&lt;font style=&quot;font-size: 9px;&quot;&gt;Line 13&lt;/font&gt;" vertex="1">
+         <mxCell id="r7k_RVH4Rc0Z1lISBx_d-9" parent="1" style="rounded=0;whiteSpace=wrap;html=1;" value="&lt;font style=&quot;font-size: 9.5px;&quot;&gt;Line 13&lt;/font&gt;" vertex="1">
          <mxGeometry height="20" width="40" x="860" y="470" as="geometry" />
        </mxCell>
        <mxCell id="r7k_RVH4Rc0Z1lISBx_d-11" edge="1" parent="1" source="drgHLi9JNtMnpqK6Gpl3-1" style="endArrow=blockThin;html=1;rounded=0;endFill=0;exitX=1;exitY=0.5;exitDx=0;exitDy=0;entryX=0;entryY=0.5;entryDx=0;entryDy=0;dashed=1;dashPattern=1 1;" target="7hZ9jt6Hs7Z--5MCY0p_-17" value="">
          <mxGeometry height="50" relative="1" width="50" as="geometry">
            <Array as="points" />
            <mxPoint x="720" y="460" as="sourcePoint" />
            <mxPoint x="780" y="460" as="targetPoint" />
          </mxGeometry>
        </mxCell>
        <mxCell id="r7k_RVH4Rc0Z1lISBx_d-13" edge="1" parent="1" source="63jvutIi8qFR1BYZ5-BJ-53" style="endArrow=oval;html=1;rounded=0;endFill=0;exitX=1;exitY=0.5;exitDx=0;exitDy=0;entryX=0.5;entryY=1;entryDx=0;entryDy=0;" value="">
          <mxGeometry height="50" relative="1" width="50" as="geometry">
            <mxPoint x="800" y="380" as="sourcePoint" />
            <mxPoint x="800" y="340" as="targetPoint" />
          </mxGeometry>
        </mxCell>
        <mxCell id="r7k_RVH4Rc0Z1lISBx_d-14" edge="1" parent="1" source="7hZ9jt6Hs7Z--5MCY0p_-17" style="endArrow=oval;html=1;rounded=0;endFill=0;exitX=0.5;exitY=0;exitDx=0;exitDy=0;" value="">
          <mxGeometry height="50" relative="1" width="50" as="geometry">
            <mxPoint x="840" y="340" as="sourcePoint" />
            <mxPoint x="800" y="340" as="targetPoint" />
          </mxGeometry>
        </mxCell>
        <mxCell id="r7k_RVH4Rc0Z1lISBx_d-15" edge="1" parent="1" source="7hZ9jt6Hs7Z--5MCY0p_-18" style="endArrow=oval;html=1;rounded=0;endFill=0;exitX=0.5;exitY=0;exitDx=0;exitDy=0;" value="">
          <mxGeometry height="50" relative="1" width="50" as="geometry">
            <mxPoint x="850" y="440" as="sourcePoint" />
            <mxPoint x="880" y="340" as="targetPoint" />
          </mxGeometry>
        </mxCell>
        <mxCell id="r7k_RVH4Rc0Z1lISBx_d-16" edge="1" parent="1" style="endArrow=oval;html=1;rounded=0;endFill=0;startArrow=oval;startFill=0;" value="">
          <mxGeometry height="50" relative="1" width="50" as="geometry">
            <mxPoint x="880" y="340" as="sourcePoint" />
            <mxPoint x="800" y="340" as="targetPoint" />
          </mxGeometry>
        </mxCell>
-         <mxCell id="r7k_RVH4Rc0Z1lISBx_d-17" edge="1" parent="1" source="7hZ9jt6Hs7Z--5MCY0p_-17" style="endArrow=blockThin;html=1;rounded=0;endFill=0;exitX=1;exitY=0.5;exitDx=0;exitDy=0;entryX=0;entryY=0.5;entryDx=0;entryDy=0;dashed=1;dashPattern=1 1;" target="7hZ9jt6Hs7Z--5MCY0p_-18" value="">
+         <mxCell id="r7k_RVH4Rc0Z1lISBx_d-17" edge="1" parent="1" source="7hZ9jt6Hs7Z--5MCY0p_-17" style="endArrow=blockThin;html=1;rounded=0;endFill=0;exitX=1;exitY=0.5;exitDx=0;exitDy=0;entryX=0;entryY=0.5;entryDx=0;entryDy=0;" target="7hZ9jt6Hs7Z--5MCY0p_-18" value="">
          <mxGeometry height="50" relative="1" width="50" as="geometry">
            <mxPoint x="830" y="450" as="sourcePoint" />
            <mxPoint x="830" y="410" as="targetPoint" />
          </mxGeometry>
        </mxCell>
        <mxCell id="r7k_RVH4Rc0Z1lISBx_d-18" parent="1" style="text;html=1;whiteSpace=wrap;strokeColor=none;fillColor=none;align=left;verticalAlign=middle;rounded=0;" value="&lt;span style=&quot;&quot;&gt;&amp;nbsp; &amp;nbsp; Store or Replace&amp;nbsp; &amp;nbsp;&amp;nbsp;&lt;/span&gt;" vertex="1">
          <mxGeometry height="40" width="120" x="940" y="180" as="geometry" />
        </mxCell>
-         <mxCell id="r7k_RVH4Rc0Z1lISBx_d-20" edge="1" parent="1" style="endArrow=oval;html=1;rounded=0;endFill=0;startArrow=oval;startFill=0;dashed=1;dashPattern=1 1;" value="">
+         <mxCell id="r7k_RVH4Rc0Z1lISBx_d-20" edge="1" parent="1" style="endArrow=oval;html=1;rounded=0;endFill=0;startArrow=oval;startFill=0;" value="">
          <mxGeometry height="50" relative="1" width="50" as="geometry">
            <Array as="points" />
            <mxPoint x="560" y="340" as="sourcePoint" />
            <mxPoint x="560" y="260" as="targetPoint" />
          </mxGeometry>
        </mxCell>
        <mxCell id="s3qPPmZJUDH7LJ62Ll5N-1" edge="1" parent="1" source="63jvutIi8qFR1BYZ5-BJ-5" style="endArrow=oval;html=1;rounded=0;exitX=1;exitY=0.5;exitDx=0;exitDy=0;endFill=0;" value="">
          <mxGeometry height="50" relative="1" width="50" as="geometry">
            <mxPoint x="420" y="190" as="sourcePoint" />
            <mxPoint x="560" y="260" as="targetPoint" />
          </mxGeometry>
        </mxCell>
        <mxCell id="esmOzRkywoO2a9R_F_VK-1" parent="1" style="text;html=1;whiteSpace=wrap;strokeColor=none;fillColor=none;align=right;verticalAlign=middle;rounded=0;" value="Store or Replace&amp;nbsp; &amp;nbsp;&amp;nbsp;" vertex="1">
          <mxGeometry height="40" width="120" x="160" y="400" as="geometry" />
        </mxCell>
        <mxCell id="8o7tF0aZJ471ar-rm2vM-1" edge="1" parent="1" source="7hZ9jt6Hs7Z--5MCY0p_-13" style="endArrow=blockThin;html=1;rounded=0;endFill=0;exitX=0.5;exitY=1;exitDx=0;exitDy=0;entryX=1;entryY=0.5;entryDx=0;entryDy=0;" target="63jvutIi8qFR1BYZ5-BJ-32" value="">
          <mxGeometry height="50" relative="1" width="50" as="geometry">
            <Array as="points">
              <mxPoint x="940" y="260" />
            </Array>
            <mxPoint x="870" y="220" as="sourcePoint" />
            <mxPoint x="910" y="220" as="targetPoint" />
          </mxGeometry>
        </mxCell>
        <mxCell id="8o7tF0aZJ471ar-rm2vM-2" parent="1" style="ellipse;whiteSpace=wrap;html=1;aspect=fixed;" value="&lt;font style=&quot;font-size: 16px;&quot;&gt;&lt;b&gt;P&lt;sub&gt;2&lt;/sub&gt;&lt;/b&gt;&lt;/font&gt;" vertex="1">
          <mxGeometry height="40" width="40" x="480" y="540" as="geometry" />
        </mxCell>
        <mxCell id="8o7tF0aZJ471ar-rm2vM-3" parent="1" style="ellipse;whiteSpace=wrap;html=1;aspect=fixed;" value="&lt;font style=&quot;font-size: 16px;&quot;&gt;&lt;b&gt;P&lt;sub&gt;1&lt;/sub&gt;&lt;/b&gt;&lt;/font&gt;" vertex="1">
          <mxGeometry height="40" width="40" x="260" y="440" as="geometry" />
        </mxCell>
        <mxCell id="8o7tF0aZJ471ar-rm2vM-4" edge="1" parent="1" source="63jvutIi8qFR1BYZ5-BJ-22" style="endArrow=blockThin;html=1;rounded=0;endFill=0;exitX=1;exitY=0.5;exitDx=0;exitDy=0;entryX=0;entryY=0.5;entryDx=0;entryDy=0;" target="8o7tF0aZJ471ar-rm2vM-2" value="">
          <mxGeometry height="50" relative="1" width="50" as="geometry">
            <mxPoint x="470" y="600" as="sourcePoint" />
            <mxPoint x="470" y="640" as="targetPoint" />
          </mxGeometry>
        </mxCell>
        <mxCell id="8o7tF0aZJ471ar-rm2vM-5" edge="1" parent="1" source="8o7tF0aZJ471ar-rm2vM-2" style="endArrow=blockThin;html=1;rounded=0;endFill=0;exitX=0.5;exitY=0;exitDx=0;exitDy=0;entryX=1;entryY=0.5;entryDx=0;entryDy=0;" target="63jvutIi8qFR1BYZ5-BJ-16" value="">
          <mxGeometry height="50" relative="1" width="50" as="geometry">
            <Array as="points">
              <mxPoint x="500" y="360" />
            </Array>
            <mxPoint x="500" y="500" as="sourcePoint" />
            <mxPoint x="500" y="540" as="targetPoint" />
          </mxGeometry>
        </mxCell>
        <mxCell id="8o7tF0aZJ471ar-rm2vM-6" edge="1" parent="1" source="63jvutIi8qFR1BYZ5-BJ-18" style="endArrow=blockThin;html=1;rounded=0;endFill=0;exitX=0;exitY=0.5;exitDx=0;exitDy=0;entryX=1;entryY=0.5;entryDx=0;entryDy=0;dashed=1;dashPattern=1 1;" target="8o7tF0aZJ471ar-rm2vM-3" value="">
          <mxGeometry height="50" relative="1" width="50" as="geometry">
            <mxPoint x="330" y="500" as="sourcePoint" />
            <mxPoint x="330" y="540" as="targetPoint" />
          </mxGeometry>
        </mxCell>
        <mxCell id="8o7tF0aZJ471ar-rm2vM-7" edge="1" parent="1" source="8o7tF0aZJ471ar-rm2vM-3" style="endArrow=blockThin;html=1;rounded=0;endFill=0;exitX=0.5;exitY=0;exitDx=0;exitDy=0;entryX=0.5;entryY=1;entryDx=0;entryDy=0;" target="63jvutIi8qFR1BYZ5-BJ-3" value="">
          <mxGeometry height="50" relative="1" width="50" as="geometry">
            <mxPoint x="290" y="380" as="sourcePoint" />
            <mxPoint x="290" y="420" as="targetPoint" />
          </mxGeometry>
        </mxCell>
        <mxCell id="8o7tF0aZJ471ar-rm2vM-8" parent="1" style="text;html=1;whiteSpace=wrap;strokeColor=none;fillColor=none;align=center;verticalAlign=middle;rounded=0;" value="Page&lt;font face=&quot;Courier New&quot;&gt;,&lt;/font&gt;&amp;nbsp;4 &lt;font face=&quot;Courier New&quot;&gt;(KB)&lt;/font&gt;" vertex="1">
          <mxGeometry height="40" width="80" x="240" y="480" as="geometry" />
        </mxCell>
        <mxCell id="8o7tF0aZJ471ar-rm2vM-10" parent="1" style="text;html=1;whiteSpace=wrap;strokeColor=none;fillColor=none;align=center;verticalAlign=middle;rounded=0;" value="Page&lt;font face=&quot;Courier New&quot;&gt;,&lt;/font&gt;&amp;nbsp;4 &lt;font face=&quot;Courier New&quot;&gt;(KB)&lt;/font&gt;" vertex="1">
          <mxGeometry height="40" width="80" x="460" y="580" as="geometry" />
        </mxCell>
      </root>
    </mxGraphModel>
  </diagram>
</mxfile>
